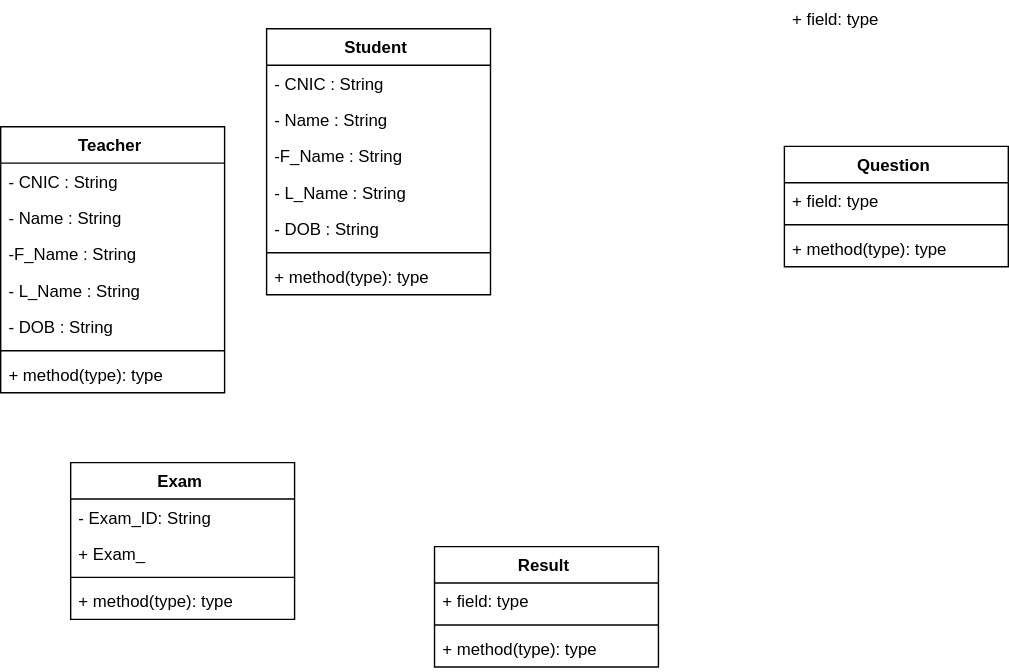
Above: Class Diagram.drawio.svg in Zaeem6100/FYP-Documents (draw.io), before the change. Source tidied: cells renumbered, new cells last; positions are measured from the earlier drawing's top-left corner, leaving out a move shared by most shapes.
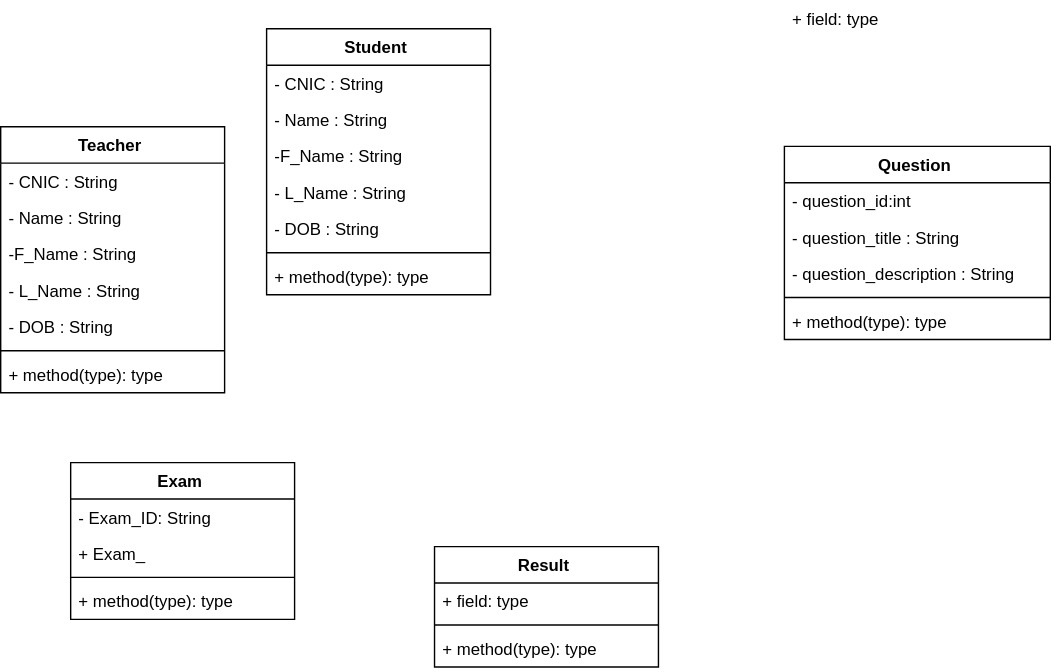
After the commit.

Diff of the diagram source:
```diff
@@ -69,16 +69,22 @@
       <mxGeometry y="86" width="160" height="26" as="geometry" />
     </mxCell>
     <mxCell id="24" value="Question " style="swimlane;fontStyle=1;align=center;verticalAlign=top;horizontal=1;startSize=26;" parent="1" vertex="1">
-      <mxGeometry x="560" y="104" width="160" height="86" as="geometry" />
+      <mxGeometry x="560" y="104" width="190" height="138" as="geometry" />
     </mxCell>
-    <mxCell id="25" value="+ field: type" style="text;strokeColor=none;fillColor=none;align=left;verticalAlign=top;spacingLeft=4;spacingRight=4;overflow=hidden;" parent="24" vertex="1">
-      <mxGeometry y="26" width="160" height="26" as="geometry" />
+    <mxCell id="25" value="- question_id:int " style="text;strokeColor=none;fillColor=none;align=left;verticalAlign=top;spacingLeft=4;spacingRight=4;overflow=hidden;" parent="24" vertex="1">
+      <mxGeometry y="26" width="190" height="26" as="geometry" />
     </mxCell>
+    <mxCell id="32" value="- question_title : String" style="text;strokeColor=none;fillColor=none;align=left;verticalAlign=top;spacingLeft=4;spacingRight=4;overflow=hidden;" parent="24" vertex="1">
+      <mxGeometry y="52" width="190" height="26" as="geometry" />
+    </mxCell>
+    <mxCell id="33" value="- question_description : String " style="text;strokeColor=none;fillColor=none;align=left;verticalAlign=top;spacingLeft=4;spacingRight=4;overflow=hidden;" parent="24" vertex="1">
+      <mxGeometry y="78" width="190" height="26" as="geometry" />
+    </mxCell>
     <mxCell id="26" style="line;strokeWidth=1;fillColor=none;align=left;verticalAlign=middle;spacingTop=-1;spacingLeft=3;spacingRight=3;labelPosition=right;" parent="24" vertex="1">
-      <mxGeometry y="52" width="160" height="8" as="geometry" />
+      <mxGeometry y="104" width="190" height="8" as="geometry" />
     </mxCell>
     <mxCell id="27" value="+ method(type): type" style="text;strokeColor=none;fillColor=none;align=left;verticalAlign=top;spacingLeft=4;spacingRight=4;overflow=hidden;" parent="24" vertex="1">
-      <mxGeometry y="60" width="160" height="26" as="geometry" />
+      <mxGeometry y="112" width="190" height="26" as="geometry" />
     </mxCell>
     <mxCell id="28" value="Result " style="swimlane;fontStyle=1;align=center;verticalAlign=top;horizontal=1;startSize=26;" parent="1" vertex="1">
       <mxGeometry x="310" y="390" width="160" height="86" as="geometry" />
```
